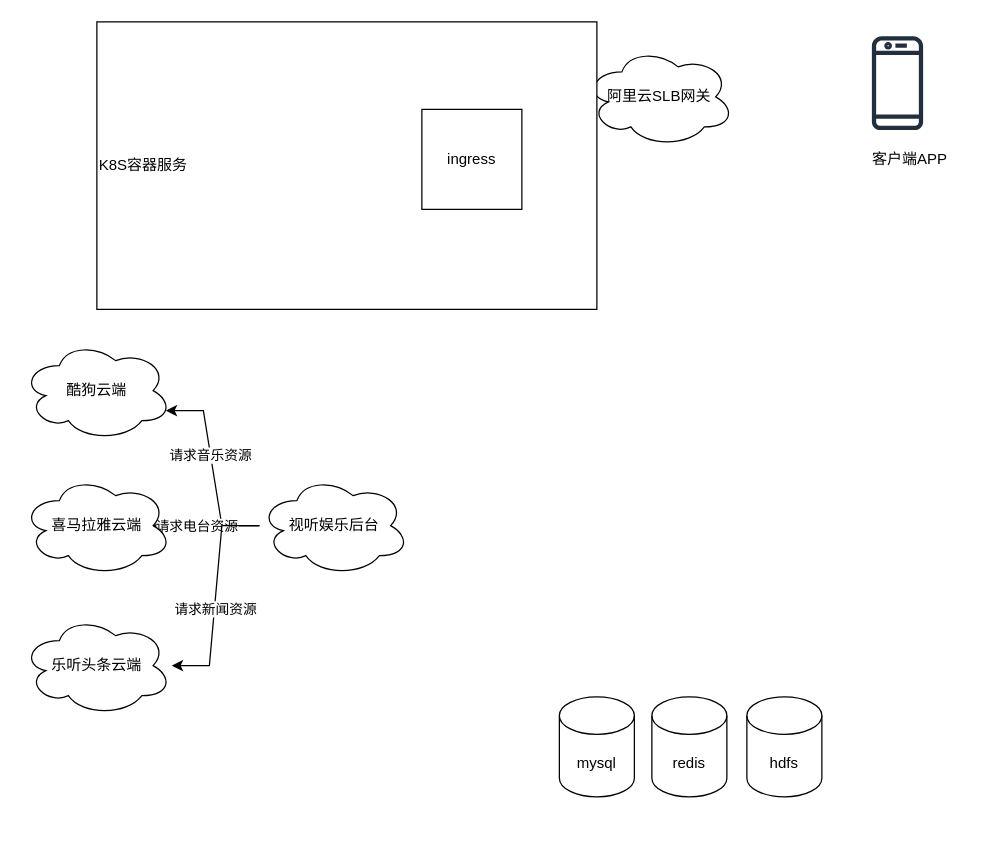
This is Untitled Diagram.drawio from zaizyp/java_nodes, a draw.io file, before an edit. Source tidied: cells renumbered, new cells numbered last; positions are measured from the earlier drawing's top-left corner, leaving out a move shared by most shapes. Both pictures are drawn from the tidied source at 125%, with x=0, y=0 at pixel (21, 21).
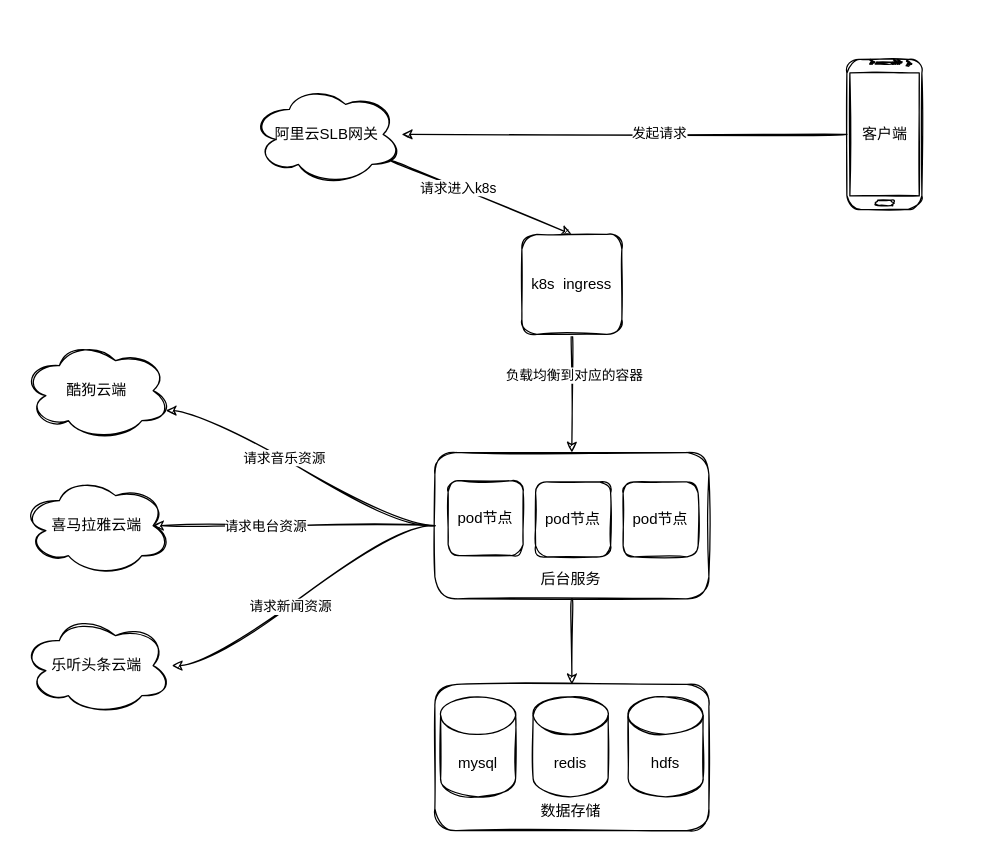
Above is the later version.

The edit, as a diff of the source:
```diff
@@
-    <mxCell id="2" style="fontColor=#232F3E;gradientColor=none;fillColor=#232F3E;strokeColor=none;dashed=0;verticalLabelPosition=bottom;verticalAlign=top;align=center;html=1;fontSize=12;fontStyle=0;shape=mxgraph.aws4.mobile_client;" parent="1" vertex="1">
-      <mxGeometry x="680" y="10" width="41" height="78" as="geometry" />
-    </mxCell>
+    <mxCell id="20" value="&lt;br&gt;&lt;br&gt;&lt;br&gt;&lt;br&gt;&lt;br&gt;&lt;br&gt;&lt;p&gt;数据存储&lt;/p&gt;" style="whiteSpace=wrap;html=1;align=center;rounded=1;sketch=1;" parent="1" vertex="1">
+      <mxGeometry x="330.4" y="530" width="219.2" height="117" as="geometry" />
+    </mxCell>
+    <mxCell id="21" style="edgeStyle=none;jettySize=auto;html=1;entryX=0.5;entryY=0;entryDx=0;entryDy=0;curved=1;sketch=1;" parent="1" edge="1" source="22" target="20">
+      <mxGeometry relative="1" as="geometry" />
+    </mxCell>
+    <mxCell id="22" value="&lt;br&gt;&lt;br&gt;&lt;br&gt;&lt;br&gt;&lt;br&gt;&lt;br&gt;&lt;p&gt;后台服务&lt;/p&gt;" style="whiteSpace=wrap;html=1;align=center;rounded=1;sketch=1;" parent="1" vertex="1">
+      <mxGeometry x="330.4" y="344.5" width="219.2" height="117" as="geometry" />
+    </mxCell>
-    <mxCell id="3" style="edgeStyle=entityRelationEdgeStyle;rounded=0;jettySize=auto;html=1;entryX=0.96;entryY=0.7;entryDx=0;entryDy=0;entryPerimeter=0;" parent="1" edge="1" source="9" target="11">
+    <mxCell id="3" style="edgeStyle=entityRelationEdgeStyle;jettySize=auto;html=1;entryX=0.96;entryY=0.7;entryDx=0;entryDy=0;entryPerimeter=0;curved=1;sketch=1;" parent="1" edge="1" source="22" target="11">
       <mxGeometry relative="1" as="geometry" />
     </mxCell>
-    <mxCell id="4" value="请求音乐资源" style="edgeLabel;html=1;align=center;verticalAlign=middle;" parent="3" vertex="1">
+    <mxCell id="4" value="请求音乐资源" style="edgeLabel;html=1;align=center;verticalAlign=middle;rounded=1;sketch=1;" parent="3" vertex="1">
       <mxGeometry x="0.13" relative="1" as="geometry" />
     </mxCell>
-    <mxCell id="5" style="edgeStyle=entityRelationEdgeStyle;rounded=0;jettySize=auto;html=1;entryX=0.875;entryY=0.5;entryDx=0;entryDy=0;entryPerimeter=0;" parent="1" edge="1" source="9" target="12">
+    <mxCell id="5" style="edgeStyle=entityRelationEdgeStyle;jettySize=auto;html=1;entryX=0.875;entryY=0.5;entryDx=0;entryDy=0;entryPerimeter=0;curved=1;sketch=1;" parent="1" edge="1" source="22" target="12">
       <mxGeometry relative="1" as="geometry" />
     </mxCell>
-    <mxCell id="6" value="请求电台资源" style="edgeLabel;html=1;align=center;verticalAlign=middle;" parent="5" vertex="1">
+    <mxCell id="6" value="请求电台资源" style="edgeLabel;html=1;align=center;verticalAlign=middle;rounded=1;sketch=1;" parent="5" vertex="1">
       <mxGeometry x="0.21" relative="1" as="geometry" />
     </mxCell>
-    <mxCell id="7" style="edgeStyle=entityRelationEdgeStyle;rounded=0;jettySize=auto;html=1;" parent="1" edge="1" source="9" target="13">
+    <mxCell id="7" style="edgeStyle=entityRelationEdgeStyle;jettySize=auto;html=1;curved=1;sketch=1;" parent="1" edge="1" source="22" target="13">
       <mxGeometry relative="1" as="geometry" />
     </mxCell>
-    <mxCell id="8" value="请求新闻资源" style="edgeLabel;html=1;align=center;verticalAlign=middle;" parent="7" vertex="1">
+    <mxCell id="8" value="请求新闻资源" style="edgeLabel;html=1;align=center;verticalAlign=middle;rounded=1;sketch=1;" parent="7" vertex="1">
       <mxGeometry x="0.11" relative="1" as="geometry">
         <mxPoint y="1" as="offset" />
       </mxGeometry>
     </mxCell>
-    <mxCell id="9" value="视听娱乐后台" style="ellipse;shape=cloud;whiteSpace=wrap;html=1;" parent="1" vertex="1">
-      <mxGeometry x="190" y="363" width="120" height="80" as="geometry" />
-    </mxCell>
-    <mxCell id="10" value="客户端APP" style="text;html=1;align=center;verticalAlign=middle;strokeColor=none;" parent="1" vertex="1">
-      <mxGeometry x="670" y="100" width="80" height="20" as="geometry" />
-    </mxCell>
-    <mxCell id="11" value="酷狗云端" style="ellipse;shape=cloud;whiteSpace=wrap;html=1;" parent="1" vertex="1">
+    <mxCell id="11" value="酷狗云端" style="ellipse;shape=cloud;whiteSpace=wrap;html=1;rounded=1;sketch=1;" parent="1" vertex="1">
       <mxGeometry y="255" width="120" height="80" as="geometry" />
     </mxCell>
-    <mxCell id="12" value="喜马拉雅云端" style="ellipse;shape=cloud;whiteSpace=wrap;html=1;" parent="1" vertex="1">
+    <mxCell id="12" value="喜马拉雅云端" style="ellipse;shape=cloud;whiteSpace=wrap;html=1;rounded=1;sketch=1;" parent="1" vertex="1">
       <mxGeometry y="363" width="120" height="80" as="geometry" />
     </mxCell>
-    <mxCell id="13" value="乐听头条云端" style="ellipse;shape=cloud;whiteSpace=wrap;html=1;" parent="1" vertex="1">
+    <mxCell id="13" value="乐听头条云端" style="ellipse;shape=cloud;whiteSpace=wrap;html=1;rounded=1;sketch=1;" parent="1" vertex="1">
       <mxGeometry y="475" width="120" height="80" as="geometry" />
     </mxCell>
-    <mxCell id="14" value="mysql" style="shape=cylinder3;whiteSpace=wrap;html=1;boundedLbl=1;backgroundOutline=1;size=15;" parent="1" vertex="1">
-      <mxGeometry x="430" y="540" width="60" height="80" as="geometry" />
+    <mxCell id="14" value="mysql" style="shape=cylinder3;whiteSpace=wrap;html=1;boundedLbl=1;backgroundOutline=1;size=15;rounded=1;sketch=1;" parent="1" vertex="1">
+      <mxGeometry x="335" y="540" width="60" height="80" as="geometry" />
     </mxCell>
-    <mxCell id="15" value="redis" style="shape=cylinder3;whiteSpace=wrap;html=1;boundedLbl=1;backgroundOutline=1;size=15;" parent="1" vertex="1">
-      <mxGeometry x="504" y="540" width="60" height="80" as="geometry" />
+    <mxCell id="15" value="redis" style="shape=cylinder3;whiteSpace=wrap;html=1;boundedLbl=1;backgroundOutline=1;size=15;rounded=1;sketch=1;" parent="1" vertex="1">
+      <mxGeometry x="409" y="540" width="60" height="80" as="geometry" />
     </mxCell>
-    <mxCell id="16" value="hdfs" style="shape=cylinder3;whiteSpace=wrap;html=1;boundedLbl=1;backgroundOutline=1;size=15;" parent="1" vertex="1">
-      <mxGeometry x="580" y="540" width="60" height="80" as="geometry" />
+    <mxCell id="16" value="hdfs" style="shape=cylinder3;whiteSpace=wrap;html=1;boundedLbl=1;backgroundOutline=1;size=15;rounded=1;sketch=1;" parent="1" vertex="1">
+      <mxGeometry x="485" y="540" width="60" height="80" as="geometry" />
     </mxCell>
+    <mxCell id="23" style="edgeStyle=none;jettySize=auto;html=1;entryX=0.5;entryY=0;entryDx=0;entryDy=0;curved=1;sketch=1;" parent="1" edge="1" source="17" target="19">
+      <mxGeometry relative="1" as="geometry" />
+    </mxCell>
+    <mxCell id="24" value="请求进入k8s" style="edgeLabel;html=1;align=center;verticalAlign=middle;rounded=1;sketch=1;" parent="23" vertex="1">
+      <mxGeometry x="-0.26" relative="1" as="geometry" />
+    </mxCell>
-    <mxCell id="17" value="阿里云SLB网关" style="ellipse;shape=cloud;whiteSpace=wrap;html=1;" parent="1" vertex="1">
-      <mxGeometry x="450" y="20" width="120" height="80" as="geometry" />
+    <mxCell id="17" value="阿里云SLB网关" style="ellipse;shape=cloud;whiteSpace=wrap;html=1;rounded=1;sketch=1;" parent="1" vertex="1">
+      <mxGeometry x="184" y="50" width="120" height="80" as="geometry" />
     </mxCell>
-    <mxCell id="18" value="K8S容器服务" style="whiteSpace=wrap;html=1;align=left;" parent="1" vertex="1">
-      <mxGeometry x="60" width="400" height="230" as="geometry" />
-    </mxCell>
+    <mxCell id="25" style="edgeStyle=none;jettySize=auto;html=1;curved=1;sketch=1;" parent="1" edge="1" source="19" target="22">
+      <mxGeometry relative="1" as="geometry" />
+    </mxCell>
+    <mxCell id="26" value="负载均衡到对应的容器" style="edgeLabel;html=1;align=center;verticalAlign=middle;rounded=1;sketch=1;" parent="25" vertex="1">
+      <mxGeometry x="-0.32" y="1" relative="1" as="geometry" />
+    </mxCell>
-    <mxCell id="19" value="ingress" style="whiteSpace=wrap;html=1;" parent="1" vertex="1">
-      <mxGeometry x="320" y="70" width="80" height="80" as="geometry" />
+    <mxCell id="19" value="k8s&amp;nbsp; ingress" style="whiteSpace=wrap;html=1;rounded=1;sketch=1;" parent="1" vertex="1">
+      <mxGeometry x="400" y="170" width="80" height="80" as="geometry" />
     </mxCell>
+    <mxCell id="27" style="edgeStyle=orthogonalEdgeStyle;jettySize=auto;html=1;noJump=0;curved=1;sketch=1;" parent="1" edge="1" source="29" target="17">
+      <mxGeometry relative="1" as="geometry" />
+    </mxCell>
+    <mxCell id="28" value="发起请求" style="edgeLabel;html=1;align=center;verticalAlign=middle;rounded=1;sketch=1;" parent="27" vertex="1">
+      <mxGeometry x="-0.15" y="-2" relative="1" as="geometry" />
+    </mxCell>
+    <mxCell id="29" style="verticalLabelPosition=bottom;verticalAlign=top;html=1;shadow=0;dashed=0;strokeWidth=1;shape=mxgraph.android.phone2;rounded=1;sketch=1;" parent="1" vertex="1">
+      <mxGeometry x="660" y="30" width="60" height="120" as="geometry" />
+    </mxCell>
+    <mxCell id="30" value="客户端" style="text;html=1;align=center;verticalAlign=middle;strokeColor=none;rounded=1;sketch=1;" parent="1" vertex="1">
+      <mxGeometry x="665" y="80" width="50" height="20" as="geometry" />
+    </mxCell>
+    <mxCell id="31" value="pod节点" style="whiteSpace=wrap;html=1;rounded=1;sketch=1;" parent="1" vertex="1">
+      <mxGeometry x="341" y="367" width="60" height="60" as="geometry" />
+    </mxCell>
+    <mxCell id="32" value="pod节点" style="whiteSpace=wrap;html=1;rounded=1;sketch=1;" parent="1" vertex="1">
+      <mxGeometry x="411" y="368" width="60" height="60" as="geometry" />
+    </mxCell>
+    <mxCell id="33" value="pod节点" style="whiteSpace=wrap;html=1;rounded=1;sketch=1;" parent="1" vertex="1">
+      <mxGeometry x="481" y="368" width="60" height="60" as="geometry" />
+    </mxCell>
```
